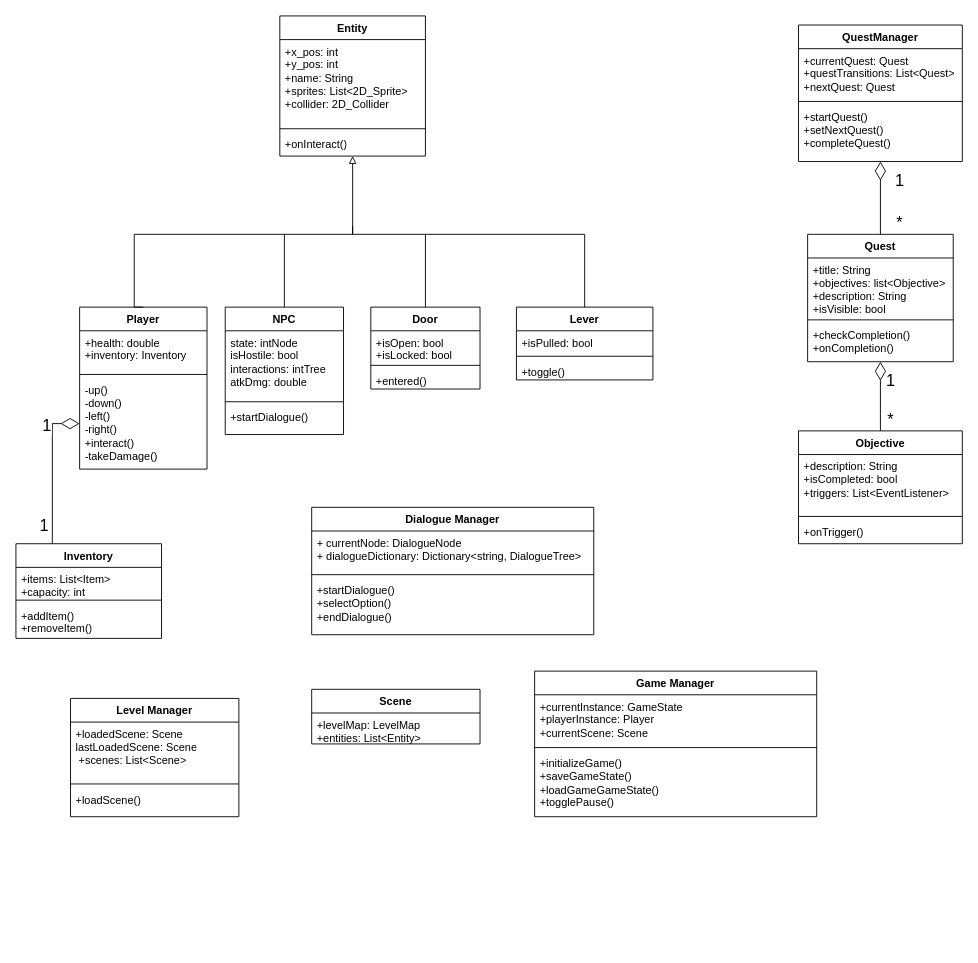
NoomMiner/Echoes-of-Time keeps this draw.io diagram as deliverables/UML_Class_D3.drawio. Above is the earlier version. Source tidied: cells renumbered, new cells numbered last; positions are measured from the earlier drawing's top-left corner, leaving out a move shared by most shapes. Both pictures are drawn from the tidied source at 91%, with x=0, y=0 at pixel (15, 15).
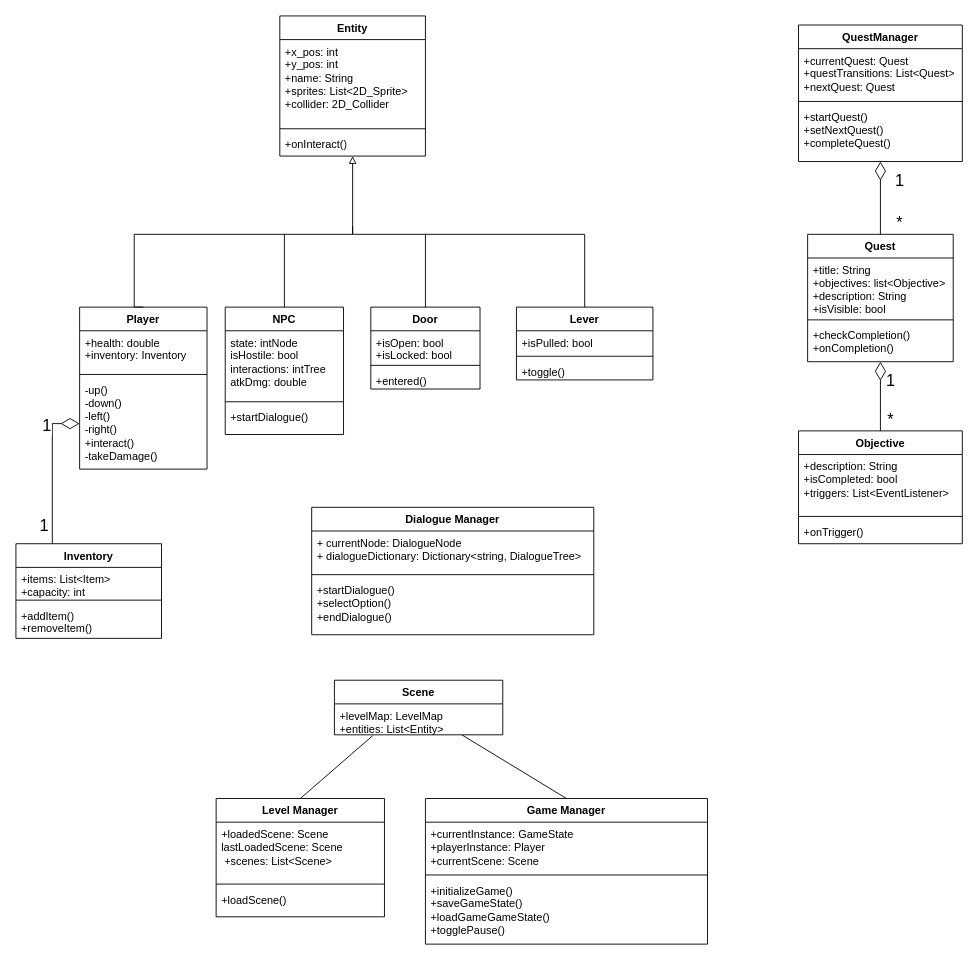
Above is the later version.

Commit message:
Added unspecified connection between Scene and level/game manager

Unchanged cells that the change refers to:
```xml
<mxCell id="60" value="&lt;div&gt;+levelMap: LevelMap&lt;/div&gt;&lt;div&gt;+entities: List&amp;lt;Entity&amp;gt;&lt;/div&gt;&lt;div&gt;&lt;br&gt;&lt;/div&gt;" style="text;strokeColor=none;fillColor=none;align=left;verticalAlign=top;spacingLeft=4;spacingRight=4;overflow=hidden;points=[[0,0.5],[1,0.5]];portConstraint=eastwest;whiteSpace=wrap;html=1;" parent="59" vertex="1">
  <mxGeometry y="26" width="185" height="34" as="geometry" />
</mxCell>
```

Diff of the diagram source:
```diff
@@
     <mxCell id="55" value="Level Manager" style="swimlane;fontStyle=1;align=center;verticalAlign=top;horizontal=1;startSize=26;whiteSpace=wrap;html=1;" parent="1" vertex="1">
-      <mxGeometry x="60" y="750" width="185" height="130" as="geometry" />
+      <mxGeometry x="220" y="860" width="185" height="130" as="geometry" />
     </mxCell>
@@
     <mxCell id="59" value="Scene" style="swimlane;fontStyle=1;align=center;verticalAlign=top;horizontal=1;startSize=26;whiteSpace=wrap;html=1;" parent="1" vertex="1">
-      <mxGeometry x="325" y="740" width="185" height="60" as="geometry" />
+      <mxGeometry x="350" y="730" width="185" height="60" as="geometry" />
     </mxCell>
@@
     <mxCell id="61" value="Game Manager" style="swimlane;fontStyle=1;align=center;verticalAlign=top;horizontal=1;startSize=26;whiteSpace=wrap;html=1;" parent="1" vertex="1">
-      <mxGeometry x="570" y="720" width="310" height="160" as="geometry" />
+      <mxGeometry x="450" y="860" width="310" height="160" as="geometry" />
     </mxCell>
@@
+    <mxCell id="65" style="endArrow=none;html=1;rounded=0;entryX=0.227;entryY=1.029;entryDx=0;entryDy=0;entryPerimeter=0;exitX=0.5;exitY=0;exitDx=0;exitDy=0;" parent="1" edge="1" source="55" target="60">
+      <mxGeometry relative="1" as="geometry" />
+    </mxCell>
+    <mxCell id="66" style="endArrow=none;html=1;rounded=0;entryX=0.227;entryY=1.029;entryDx=0;entryDy=0;entryPerimeter=0;exitX=0.5;exitY=0;exitDx=0;exitDy=0;" parent="1" edge="1" source="61">
+      <mxGeometry relative="1" as="geometry">
+        <mxPoint x="490" y="790" as="targetPoint" />
+      </mxGeometry>
+    </mxCell>
```
